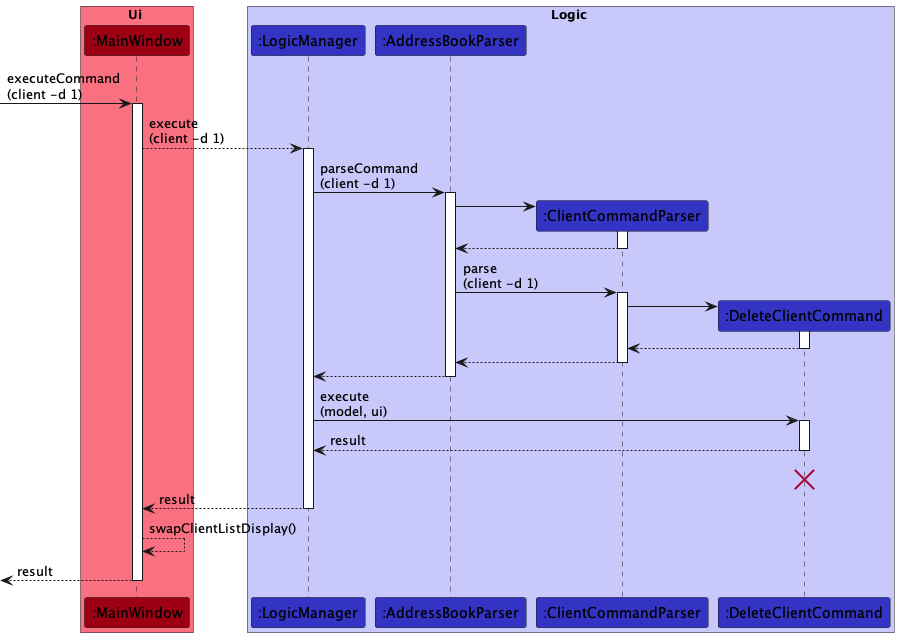
This is docs/images/DeleteSequenceDiagram.png from nus-cs2103-AY2223S1/tp, a PlantUML export, as it was before one commit.
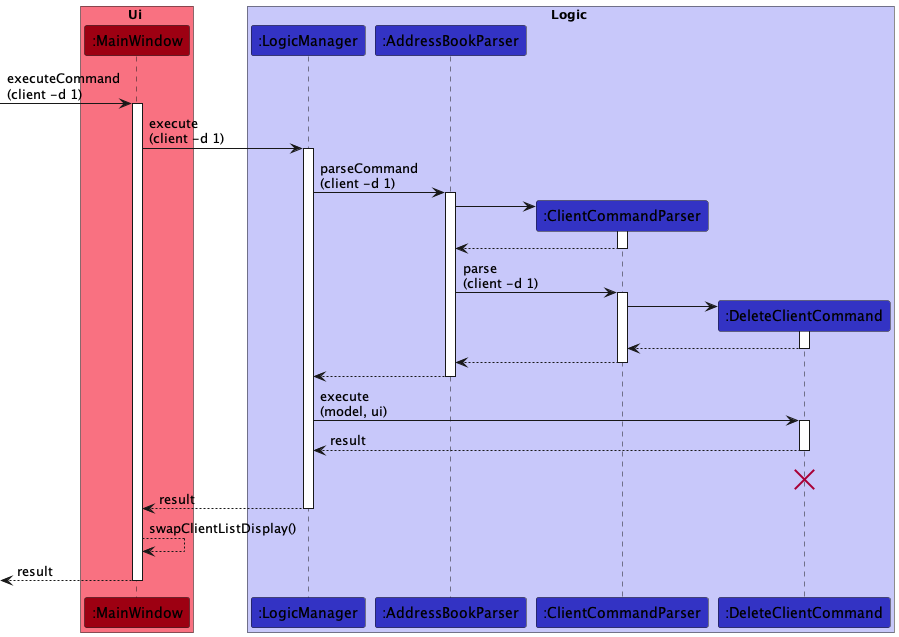
The same file after the commit.

Change to the diagram source:
```diff
@@ -13,7 +13,7 @@
 [-> MainWindow : executeCommand\n(client -d 1)
 activate MainWindow
 
-MainWindow --> LogicManager : execute\n(client -d 1)
+MainWindow -> LogicManager : execute\n(client -d 1)
 activate LogicManager
 
 LogicManager -> AddressBookParser : parseCommand\n(client -d 1)
```
